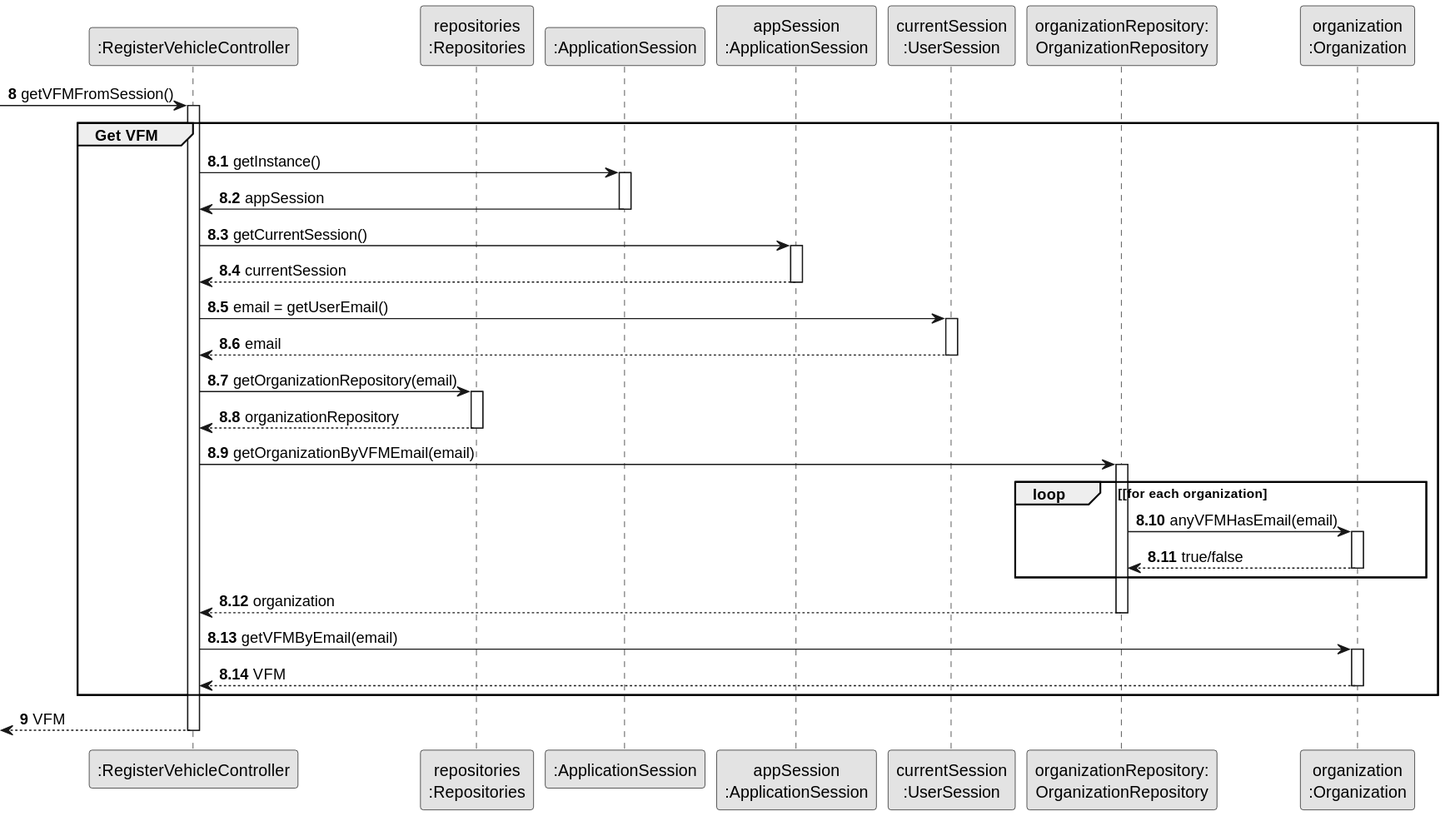
tiagosoa/lei-24-s2-1dgh-g073 keeps this PlantUML diagram as docs/sprint2/us006/03.design/svg/us006-sequence-diagram-partial-get-VFM.svg. Above is the earlier version.
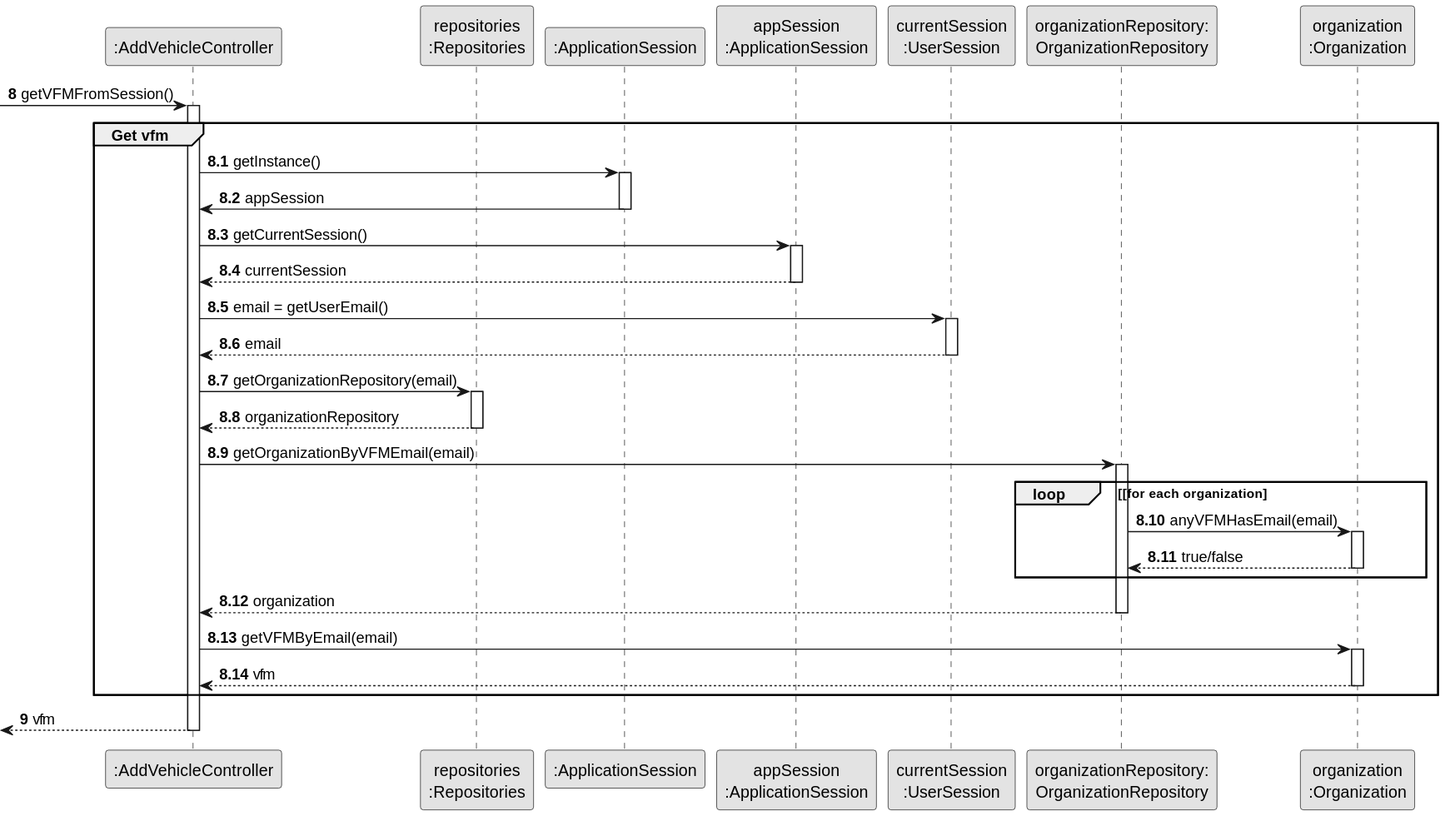
Above is the later version.

What changed in the source:
```diff
@@ -5,7 +5,7 @@
 
 
 
-participant ":RegisterVehicleController" as RVC
+participant ":AddVehicleController" as CTRL
 participant "repositories\n:Repositories" as PLAT
 participant ":ApplicationSession" as _APP
 participant "appSession\n:ApplicationSession" as APP
@@ -13,39 +13,39 @@
 participant "organizationRepository:\nOrganizationRepository" as OrganizationRepository
 participant "organization\n:Organization" as ORG
 autonumber 8
--> RVC : getVFMFromSession()
+-> CTRL : getVFMFromSession()
 autonumber 8.1
- activate RVC
+ activate CTRL
 
-    group Get VFM
+    group Get vfm
 
-        RVC -> _APP: getInstance()
+        CTRL -> _APP: getInstance()
         activate _APP
-           _APP -> RVC: appSession
+           _APP -> CTRL: appSession
         deactivate _APP
 
 
-        RVC -> APP: getCurrentSession()
+        CTRL -> APP: getCurrentSession()
         activate APP
 
-           APP --> RVC: currentSession
+           APP --> CTRL: currentSession
         deactivate APP
 
-        RVC -> SESSAO: email = getUserEmail()
+        CTRL -> SESSAO: email = getUserEmail()
          activate SESSAO
 
-            SESSAO --> RVC: email
+            SESSAO --> CTRL: email
          deactivate SESSAO
 
 
-         RVC -> PLAT: getOrganizationRepository(email)
+         CTRL -> PLAT: getOrganizationRepository(email)
           activate PLAT
 
-             PLAT --> RVC: organizationRepository
+             PLAT --> CTRL: organizationRepository
           deactivate PLAT
 
 
-          RVC -> OrganizationRepository: getOrganizationByVFMEmail(email)
+          CTRL -> OrganizationRepository: getOrganizationByVFMEmail(email)
           activate OrganizationRepository
 
               loop [for each organization
@@ -55,16 +55,16 @@
                       ORG --> OrganizationRepository : true/false
                   deactivate ORG
               end
-          OrganizationRepository --> RVC : organization
+          OrganizationRepository --> CTRL : organization
           deactivate OrganizationRepository
 
-          RVC -> ORG: getVFMByEmail(email)
+          CTRL -> ORG: getVFMByEmail(email)
           activate ORG
 
-             ORG --> RVC : VFM
+             ORG --> CTRL : vfm
           deactivate ORG
     end
     autonumber 9
-    <-- RVC : VFM
- deactivate RVC
+    <-- CTRL : vfm
+ deactivate CTRL
 @enduml
```
